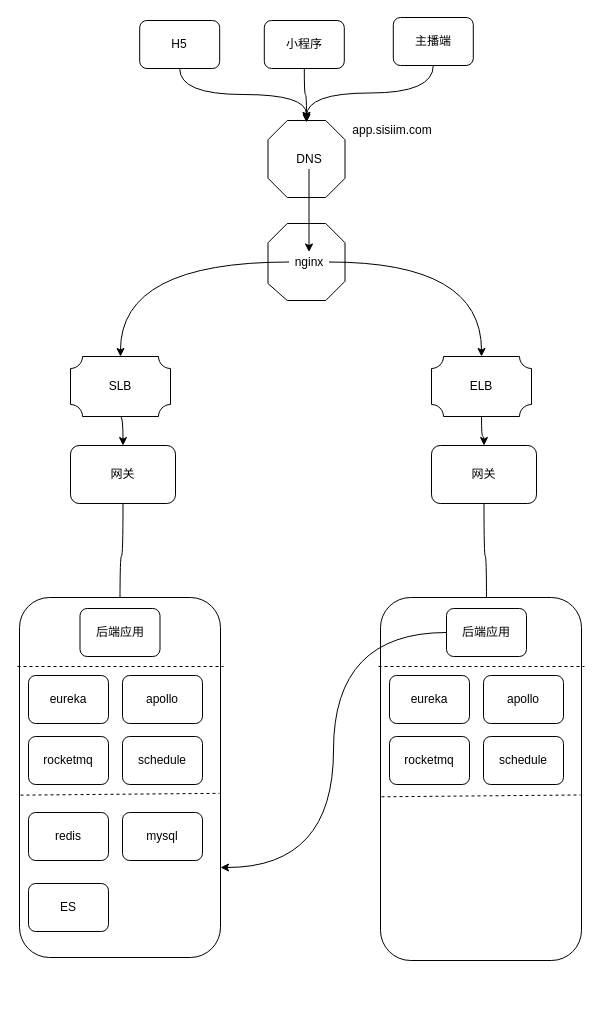
This is 华为云迁移灰度.drawio from mingtian110/pc_home, a draw.io file, before an edit. Source tidied: cells renumbered, new cells numbered last; positions are measured from the earlier drawing's top-left corner, leaving out a move shared by most shapes. Both pictures are drawn from the tidied source at 100%, with x=0, y=0 at pixel (17, 17).
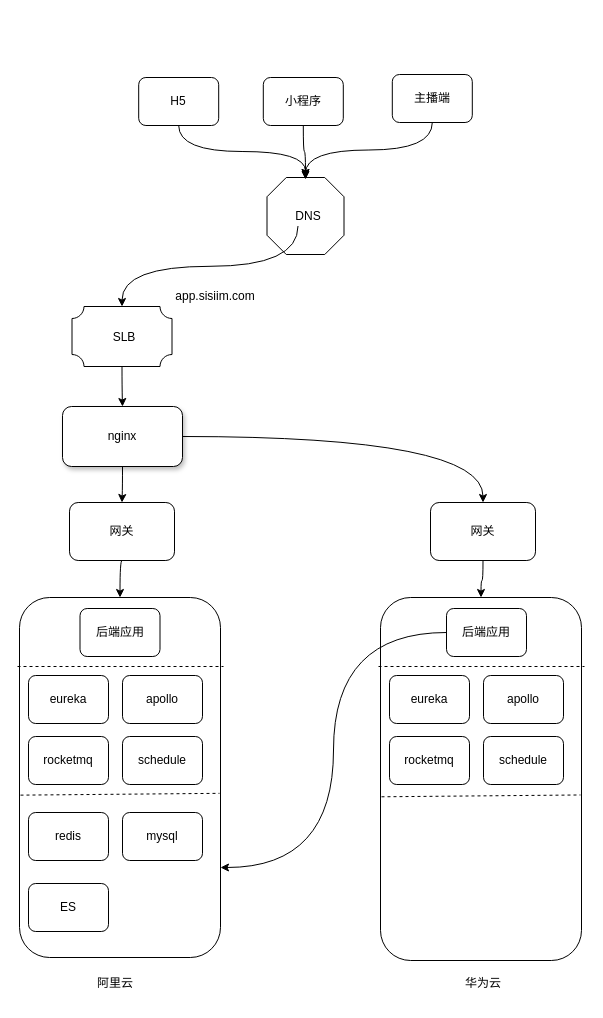
After the change.

Commit message:
更新华为云迁移灰度.drawio

The change refers to these unchanged cells:
```xml
<mxCell id="16" style="rounded=1;whiteSpace=wrap;html=1;" parent="1" vertex="1">
  <mxGeometry x="2" y="580" width="201" height="360" as="geometry" />
</mxCell>
<mxCell id="26" style="rounded=1;whiteSpace=wrap;html=1;" parent="1" vertex="1">
  <mxGeometry x="363" y="580" width="201" height="363" as="geometry" />
</mxCell>
<mxCell id="28" value="后端应用" style="rounded=1;whiteSpace=wrap;html=1;" parent="1" vertex="1">
  <mxGeometry x="429" y="591" width="80" height="48" as="geometry" />
</mxCell>
<mxCell id="38" value="后端应用" style="rounded=1;whiteSpace=wrap;html=1;" parent="1" vertex="1">
  <mxGeometry x="62.5" y="591" width="80" height="48" as="geometry" />
</mxCell>
```

Change to the diagram source:
```diff
@@
-    <mxCell id="2" style="verticalLabelPosition=bottom;verticalAlign=top;html=1;shape=mxgraph.basic.polygon;polyCoords=[[0.25,0],[0.75,0],[1,0.25],[1,0.75],[0.75,1],[0.25,1],[0,0.78],[0,0.25]];polyline=0;" parent="1" vertex="1">
-      <mxGeometry x="250.5" y="206" width="77" height="77" as="geometry" />
-    </mxCell>
     <mxCell id="3" style="verticalLabelPosition=bottom;verticalAlign=top;html=1;shape=mxgraph.basic.polygon;polyCoords=[[0.25,0],[0.75,0],[1,0.25],[1,0.75],[0.75,1],[0.25,1],[0,0.75],[0,0.25]];polyline=0;" parent="1" vertex="1">
-      <mxGeometry x="250.5" y="103" width="77" height="77" as="geometry" />
+      <mxGeometry x="249.5" y="160" width="77" height="77" as="geometry" />
     </mxCell>
-    <mxCell id="4" style="edgeStyle=orthogonalEdgeStyle;curved=1;jettySize=auto;html=1;exitX=0.5;exitY=1;exitDx=0;exitDy=0;entryX=0.5;entryY=0;entryDx=0;entryDy=0;" parent="1" edge="1" source="5" target="37">
-      <mxGeometry relative="1" as="geometry" />
-    </mxCell>
+    <mxCell id="46" style="edgeStyle=orthogonalEdgeStyle;curved=1;jettySize=auto;html=1;exitX=0.25;exitY=1;exitDx=0;exitDy=0;" parent="1" edge="1" source="5" target="7">
+      <mxGeometry relative="1" as="geometry" />
+    </mxCell>
     <mxCell id="5" value="DNS" style="text;html=1;strokeColor=none;fillColor=none;align=center;verticalAlign=middle;whiteSpace=wrap;rounded=0;" parent="1" vertex="1">
-      <mxGeometry x="271.5" y="131.5" width="40" height="20" as="geometry" />
+      <mxGeometry x="270.5" y="188.5" width="40" height="20" as="geometry" />
     </mxCell>
-    <mxCell id="6" style="edgeStyle=orthogonalEdgeStyle;curved=1;jettySize=auto;html=1;exitX=0.5;exitY=1;exitDx=0;exitDy=0;exitPerimeter=0;entryX=0.5;entryY=0;entryDx=0;entryDy=0;" parent="1" edge="1" source="7" target="13">
-      <mxGeometry relative="1" as="geometry" />
-    </mxCell>
+    <mxCell id="47" style="edgeStyle=orthogonalEdgeStyle;curved=1;jettySize=auto;html=1;exitX=0.5;exitY=1;exitDx=0;exitDy=0;exitPerimeter=0;" parent="1" edge="1" source="7" target="37">
+      <mxGeometry relative="1" as="geometry" />
+    </mxCell>
     <mxCell id="7" style="verticalLabelPosition=bottom;verticalAlign=top;html=1;shape=mxgraph.basic.plaque;dx=6;" parent="1" vertex="1">
-      <mxGeometry x="53" y="339" width="100" height="60" as="geometry" />
+      <mxGeometry x="54.5" y="289" width="100" height="60" as="geometry" />
     </mxCell>
-    <mxCell id="8" value="SLB" style="text;html=1;strokeColor=none;fillColor=none;align=center;verticalAlign=middle;whiteSpace=wrap;rounded=0;" parent="1" vertex="1">
-      <mxGeometry x="83" y="359" width="40" height="20" as="geometry" />
-    </mxCell>
-    <mxCell id="9" style="edgeStyle=orthogonalEdgeStyle;curved=1;jettySize=auto;html=1;exitX=0.5;exitY=1;exitDx=0;exitDy=0;exitPerimeter=0;" parent="1" edge="1" source="10" target="15">
-      <mxGeometry relative="1" as="geometry" />
-    </mxCell>
-    <mxCell id="10" style="verticalLabelPosition=bottom;verticalAlign=top;html=1;shape=mxgraph.basic.plaque;dx=6;" parent="1" vertex="1">
-      <mxGeometry x="414" y="339" width="100" height="60" as="geometry" />
-    </mxCell>
-    <mxCell id="11" value="ELB" style="text;html=1;strokeColor=none;fillColor=none;align=center;verticalAlign=middle;whiteSpace=wrap;rounded=0;" parent="1" vertex="1">
-      <mxGeometry x="444" y="359" width="40" height="20" as="geometry" />
-    </mxCell>
-    <mxCell id="12" style="edgeStyle=orthogonalEdgeStyle;curved=1;jettySize=auto;html=1;exitX=0.5;exitY=1;exitDx=0;exitDy=0;" parent="1" edge="1" source="13" target="38">
-      <mxGeometry relative="1" as="geometry" />
-    </mxCell>
+    <mxCell id="48" style="edgeStyle=orthogonalEdgeStyle;curved=1;jettySize=auto;html=1;exitX=0.5;exitY=1;exitDx=0;exitDy=0;entryX=0.5;entryY=0;entryDx=0;entryDy=0;" parent="1" edge="1" source="13" target="16">
+      <mxGeometry relative="1" as="geometry" />
+    </mxCell>
     <mxCell id="13" value="网关" style="rounded=1;whiteSpace=wrap;html=1;" parent="1" vertex="1">
-      <mxGeometry x="53" y="428" width="105" height="58" as="geometry" />
+      <mxGeometry x="52" y="485" width="105" height="58" as="geometry" />
     </mxCell>
-    <mxCell id="14" style="edgeStyle=orthogonalEdgeStyle;curved=1;jettySize=auto;html=1;exitX=0.5;exitY=1;exitDx=0;exitDy=0;" parent="1" edge="1" source="15" target="28">
-      <mxGeometry relative="1" as="geometry" />
-    </mxCell>
+    <mxCell id="49" style="edgeStyle=orthogonalEdgeStyle;curved=1;jettySize=auto;html=1;exitX=0.5;exitY=1;exitDx=0;exitDy=0;" parent="1" edge="1" source="15" target="26">
+      <mxGeometry relative="1" as="geometry" />
+    </mxCell>
     <mxCell id="15" value="网关" style="rounded=1;whiteSpace=wrap;html=1;" parent="1" vertex="1">
-      <mxGeometry x="414" y="428" width="105" height="58" as="geometry" />
+      <mxGeometry x="413" y="485" width="105" height="58" as="geometry" />
     </mxCell>
@@
-    <mxCell id="35" style="edgeStyle=orthogonalEdgeStyle;jettySize=auto;html=1;exitX=0;exitY=0.5;exitDx=0;exitDy=0;entryX=0.5;entryY=0;entryDx=0;entryDy=0;entryPerimeter=0;curved=1;" parent="1" edge="1" source="37" target="7">
-      <mxGeometry relative="1" as="geometry" />
-    </mxCell>
-    <mxCell id="36" style="edgeStyle=orthogonalEdgeStyle;jettySize=auto;html=1;exitX=1;exitY=0.5;exitDx=0;exitDy=0;curved=1;" parent="1" edge="1" source="37" target="10">
-      <mxGeometry relative="1" as="geometry" />
-    </mxCell>
-    <mxCell id="37" value="nginx" style="text;html=1;strokeColor=none;fillColor=none;align=center;verticalAlign=middle;whiteSpace=wrap;rounded=0;shadow=1;" parent="1" vertex="1">
-      <mxGeometry x="271.5" y="234.5" width="40" height="20" as="geometry" />
-    </mxCell>
@@
     <mxCell id="40" value="H5" style="rounded=1;whiteSpace=wrap;html=1;" parent="1" vertex="1">
-      <mxGeometry x="122.2" y="3" width="80" height="48" as="geometry" />
+      <mxGeometry x="121.2" y="60" width="80" height="48" as="geometry" />
     </mxCell>
@@
     <mxCell id="42" value="小程序" style="rounded=1;whiteSpace=wrap;html=1;" parent="1" vertex="1">
-      <mxGeometry x="246.8" y="3" width="80" height="48" as="geometry" />
+      <mxGeometry x="245.8" y="60" width="80" height="48" as="geometry" />
     </mxCell>
@@
     <mxCell id="44" value="主播端" style="rounded=1;whiteSpace=wrap;html=1;" parent="1" vertex="1">
-      <mxGeometry x="375.8" width="80" height="48" as="geometry" />
+      <mxGeometry x="374.8" y="57" width="80" height="48" as="geometry" />
     </mxCell>
     <mxCell id="45" value="app.sisiim.com" style="text;html=1;strokeColor=none;fillColor=none;align=center;verticalAlign=middle;whiteSpace=wrap;rounded=0;shadow=1;" parent="1" vertex="1">
-      <mxGeometry x="355" y="103" width="40" height="20" as="geometry" />
+      <mxGeometry x="178" y="269" width="40" height="20" as="geometry" />
     </mxCell>
+    <mxCell id="8" value="SLB" style="text;html=1;strokeColor=none;fillColor=none;align=center;verticalAlign=middle;whiteSpace=wrap;rounded=0;shadow=1;" parent="1" vertex="1">
+      <mxGeometry x="87" y="309.5" width="40" height="20" as="geometry" />
+    </mxCell>
+    <mxCell id="50" style="edgeStyle=orthogonalEdgeStyle;curved=1;jettySize=auto;html=1;exitX=0.5;exitY=1;exitDx=0;exitDy=0;" parent="1" edge="1" source="37" target="13">
+      <mxGeometry relative="1" as="geometry" />
+    </mxCell>
+    <mxCell id="51" style="edgeStyle=orthogonalEdgeStyle;curved=1;jettySize=auto;html=1;exitX=1;exitY=0.5;exitDx=0;exitDy=0;" parent="1" edge="1" source="37" target="15">
+      <mxGeometry relative="1" as="geometry" />
+    </mxCell>
+    <mxCell id="37" value="nginx" style="rounded=1;whiteSpace=wrap;html=1;shadow=1;" parent="1" vertex="1">
+      <mxGeometry x="45" y="389" width="120" height="60" as="geometry" />
+    </mxCell>
+    <mxCell id="52" value="阿里云" style="text;html=1;strokeColor=none;fillColor=none;align=center;verticalAlign=middle;whiteSpace=wrap;rounded=0;shadow=1;" parent="1" vertex="1">
+      <mxGeometry x="78" y="956" width="40" height="20" as="geometry" />
+    </mxCell>
+    <mxCell id="53" value="华为云" style="text;html=1;strokeColor=none;fillColor=none;align=center;verticalAlign=middle;whiteSpace=wrap;rounded=0;shadow=1;" parent="1" vertex="1">
+      <mxGeometry x="446" y="956" width="40" height="20" as="geometry" />
+    </mxCell>
```
